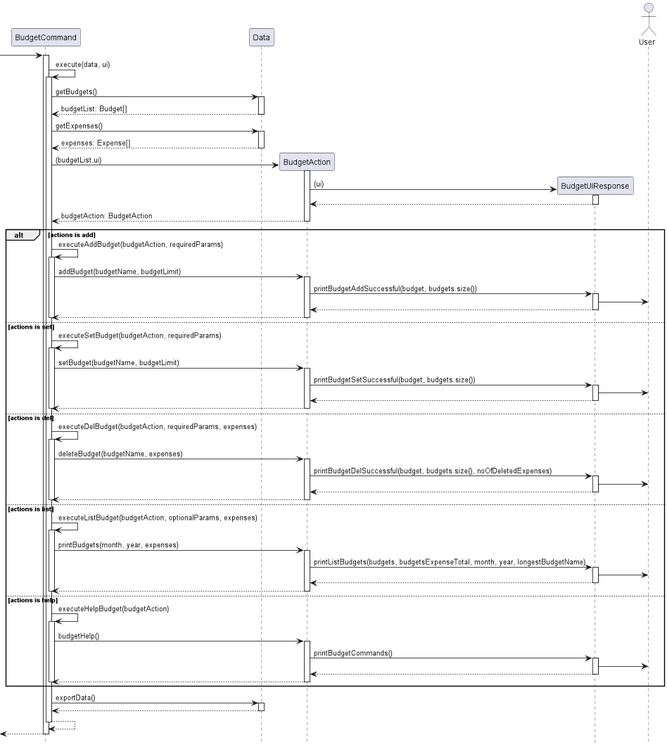
Before: docs/images/BudgetCommandSequence.png, a diagram exported from PlantUML (stephenkyang/tp).
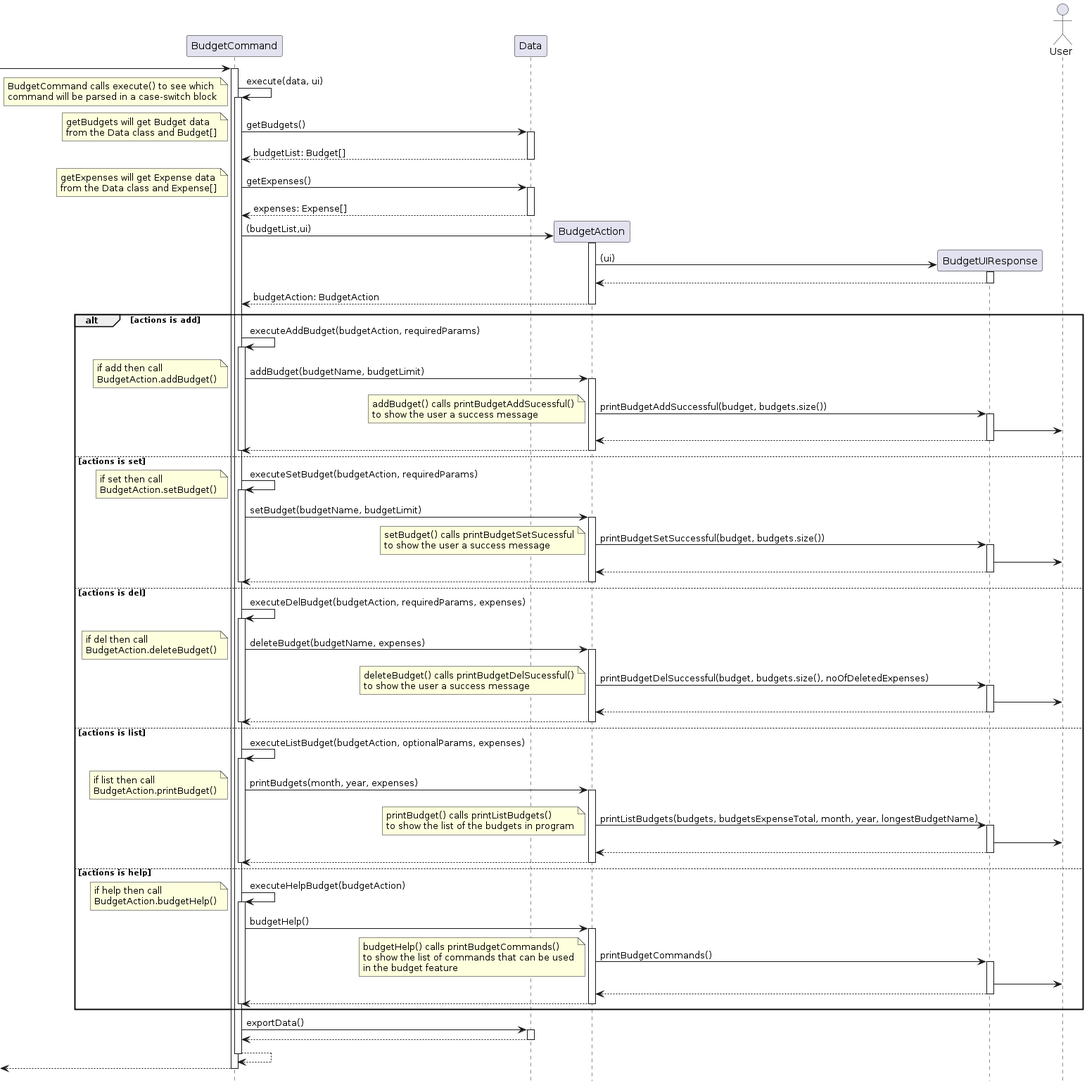
The same diagram one commit later.

The edit, as a diff of the source:
```diff
@@ -10,19 +10,35 @@
  -> "BudgetCommand":
 
 activate "BudgetCommand"
+
 "BudgetCommand" -> "BudgetCommand": execute(data, ui)
+note left
+    BudgetCommand calls execute() to see which
+    command will be parsed in a case-switch block
+ end note
 activate  "BudgetCommand"
 "BudgetCommand" -> "Data": getBudgets()
+note left
+    getBudgets will get Budget data
+    from the Data class and Budget[]
+ end note
 activate "Data"
+
 return budgetList: Budget[]
 deactivate "Data"
 
 
 "BudgetCommand" -> "Data": getExpenses()
+note left
+    getExpenses will get Expense data
+    from the Data class and Expense[]
+ end note
 activate "Data"
 return expenses: Expense[]
 
+
 "BudgetCommand" -> "BudgetAction" ** : (budgetList,ui)
+
 activate "BudgetAction"
 
 "BudgetAction" -> "BudgetUIResponse" ** : (ui)
@@ -38,8 +54,16 @@
 "BudgetCommand" -> "BudgetCommand": executeAddBudget(budgetAction, requiredParams)
 activate "BudgetCommand"
 "BudgetCommand" -> "BudgetAction" : addBudget(budgetName, budgetLimit)
+note left
+    if add then call
+    BudgetAction.addBudget()
+ end note
 activate "BudgetAction"
 "BudgetAction" -> "BudgetUIResponse" : printBudgetAddSuccessful(budget, budgets.size())
+note left
+    addBudget() calls printBudgetAddSucessful()
+    to show the user a success message
+ end note
 activate "BudgetUIResponse"
 "BudgetUIResponse" -> User
 return
@@ -48,11 +72,21 @@
 deactivate "BudgetCommand"
 
 else actions is set
+
 "BudgetCommand" -> "BudgetCommand": executeSetBudget(budgetAction, requiredParams)
+note left
+    if set then call
+    BudgetAction.setBudget()
+ end note
 activate "BudgetCommand"
 "BudgetCommand" -> "BudgetAction" : setBudget(budgetName, budgetLimit)
+
 activate "BudgetAction"
 "BudgetAction" -> "BudgetUIResponse" : printBudgetSetSuccessful(budget, budgets.size())
+note left
+    setBudget() calls printBudgetSetSucessful
+    to show the user a success message
+ end note
 activate "BudgetUIResponse"
 "BudgetUIResponse" -> User
 return
@@ -64,8 +98,16 @@
 "BudgetCommand" -> "BudgetCommand": executeDelBudget(budgetAction, requiredParams, expenses)
 activate "BudgetCommand"
 "BudgetCommand" -> "BudgetAction" : deleteBudget(budgetName, expenses)
+note left
+    if del then call
+    BudgetAction.deleteBudget()
+ end note
 activate "BudgetAction"
 "BudgetAction" -> "BudgetUIResponse" : printBudgetDelSuccessful(budget, budgets.size(), noOfDeletedExpenses)
+note left
+    deleteBudget() calls printBudgetDelSucessful()
+    to show the user a success message
+ end note
 activate "BudgetUIResponse"
 "BudgetUIResponse" -> User
 return
@@ -77,8 +119,16 @@
 "BudgetCommand" -> "BudgetCommand": executeListBudget(budgetAction, optionalParams, expenses)
 activate "BudgetCommand"
 "BudgetCommand" -> "BudgetAction" : printBudgets(month, year, expenses)
+note left
+    if list then call
+    BudgetAction.printBudget()
+ end note
 activate "BudgetAction"
 "BudgetAction" -> "BudgetUIResponse" : printListBudgets(budgets, budgetsExpenseTotal, month, year, longestBudgetName)
+note left
+    printBudget() calls printListBudgets()
+    to show the list of the budgets in program
+ end note
 activate "BudgetUIResponse"
 "BudgetUIResponse" -> User
 return
@@ -88,10 +138,19 @@
 
 else actions is help
 "BudgetCommand" -> "BudgetCommand": executeHelpBudget(budgetAction)
+note left
+    if help then call
+    BudgetAction.budgetHelp()
+ end note
 activate "BudgetCommand"
 "BudgetCommand" -> "BudgetAction" : budgetHelp()
 activate "BudgetAction"
 "BudgetAction" -> "BudgetUIResponse" : printBudgetCommands()
+note left
+    budgetHelp() calls printBudgetCommands()
+    to show the list of commands that can be used
+    in the budget feature
+ end note
 activate "BudgetUIResponse"
 "BudgetUIResponse" -> User
 return
```
